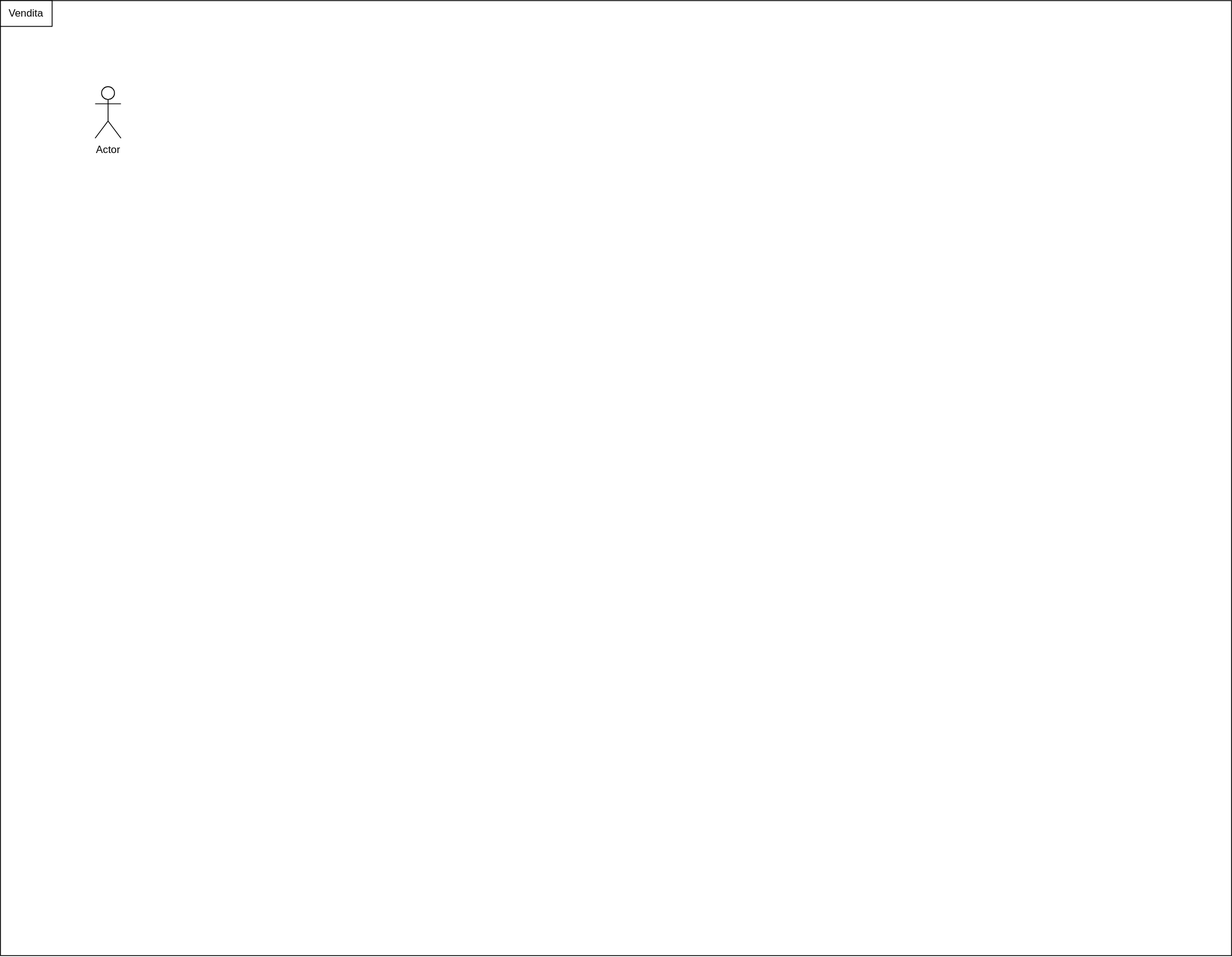
Before: diagrammi/sequenza/vendita.drawio.svg, a diagram exported from draw.io (MickTK/ProgettoFinaleISW). Source tidied: cells renumbered, new cells last; positions are measured from the earlier drawing's top-left corner, leaving out a move shared by most shapes.
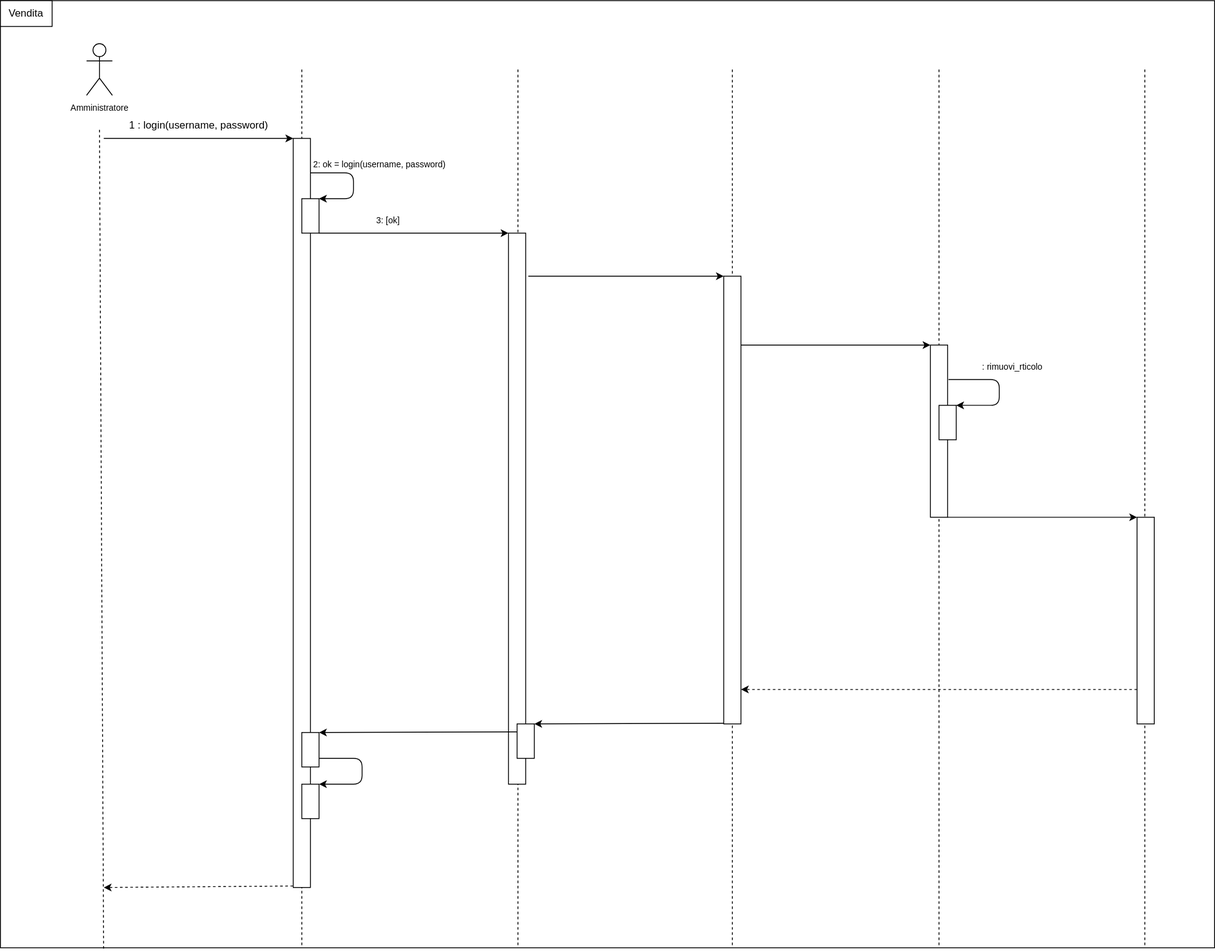
Later version of the same file.

Commit message:
diagramma vendita schema + modifiche

The edit, as a diff of the source:
```diff
@@ -2,14 +2,170 @@
   <root>
     <mxCell id="0" />
     <mxCell id="1" parent="0" />
+    <mxCell id="5" style="rounded=0;whiteSpace=wrap;html=1;" parent="1" vertex="1">
+      <mxGeometry width="1410" height="1100" as="geometry" />
+    </mxCell>
+    <mxCell id="6" style="edgeStyle=none;html=1;endArrow=none;endFill=0;dashed=1;" parent="1" edge="1">
+      <mxGeometry relative="1" as="geometry">
+        <mxPoint x="850" y="80" as="sourcePoint" />
+        <mxPoint x="850" y="1100" as="targetPoint" />
+      </mxGeometry>
+    </mxCell>
+    <mxCell id="7" style="edgeStyle=none;html=1;endArrow=none;endFill=0;dashed=1;" parent="1" edge="1">
+      <mxGeometry relative="1" as="geometry">
+        <mxPoint x="1329" y="80" as="sourcePoint" />
+        <mxPoint x="1329" y="1100" as="targetPoint" />
+      </mxGeometry>
+    </mxCell>
+    <mxCell id="8" style="edgeStyle=none;html=1;endArrow=none;endFill=0;dashed=1;" parent="1" edge="1">
+      <mxGeometry relative="1" as="geometry">
+        <mxPoint x="1090" y="80" as="sourcePoint" />
+        <mxPoint x="1090" y="1100" as="targetPoint" />
+      </mxGeometry>
+    </mxCell>
+    <mxCell id="9" style="edgeStyle=none;html=1;endArrow=none;endFill=0;dashed=1;" parent="1" edge="1">
+      <mxGeometry relative="1" as="geometry">
+        <mxPoint x="601" y="80" as="sourcePoint" />
+        <mxPoint x="601" y="1100" as="targetPoint" />
+      </mxGeometry>
+    </mxCell>
+    <mxCell id="10" style="edgeStyle=none;html=1;endArrow=none;endFill=0;dashed=1;" parent="1" edge="1">
+      <mxGeometry relative="1" as="geometry">
+        <mxPoint x="350" y="80" as="sourcePoint" />
+        <mxPoint x="350" y="1100" as="targetPoint" />
+      </mxGeometry>
+    </mxCell>
+    <mxCell id="3" style="edgeStyle=none;html=1;endArrow=none;endFill=0;dashed=1;entryX=0.085;entryY=1.001;entryDx=0;entryDy=0;entryPerimeter=0;" parent="1" edge="1" target="5">
+      <mxGeometry relative="1" as="geometry">
+        <mxPoint x="115" y="150" as="sourcePoint" />
+      </mxGeometry>
+    </mxCell>
+    <mxCell id="11" value="&lt;font style=&quot;font-size: 10px;&quot;&gt;Amministratore&lt;/font&gt;" style="shape=umlActor;verticalLabelPosition=bottom;verticalAlign=top;html=1;" parent="1" vertex="1">
+      <mxGeometry x="100" y="50" width="30" height="60" as="geometry" />
+    </mxCell>
-    <mxCell id="2" style="rounded=0;whiteSpace=wrap;html=1;" parent="1" vertex="1">
-      <mxGeometry width="1430" height="1110" as="geometry" />
+    <mxCell id="2" value="Vendita" style="rounded=0;whiteSpace=wrap;html=1;" parent="1" vertex="1">
+      <mxGeometry width="60" height="30" as="geometry" />
     </mxCell>
-    <mxCell id="3" value="Actor" style="shape=umlActor;verticalLabelPosition=bottom;verticalAlign=top;html=1;" parent="1" vertex="1">
-      <mxGeometry x="110" y="100" width="30" height="60" as="geometry" />
-    </mxCell>
-    <mxCell id="4" value="Vendita" style="rounded=0;whiteSpace=wrap;html=1;" parent="1" vertex="1">
-      <mxGeometry width="60" height="30" as="geometry" />
+    <mxCell id="4" style="edgeStyle=none;html=1;endArrow=classic;endFill=1;" parent="1" edge="1">
+      <mxGeometry relative="1" as="geometry">
+        <mxPoint x="120" y="160" as="sourcePoint" />
+        <mxPoint x="340" y="160" as="targetPoint" />
+      </mxGeometry>
     </mxCell>
+    <mxCell id="12" value="1 : login(username, password)" style="text;html=1;align=center;verticalAlign=middle;strokeColor=none;fillColor=none;" parent="1" vertex="1">
+      <mxGeometry x="140" y="130" width="180" height="30" as="geometry" />
+    </mxCell>
+    <mxCell id="13" style="rounded=0;whiteSpace=wrap;html=1;" parent="1" vertex="1">
+      <mxGeometry x="340" y="160" width="20" height="870" as="geometry" />
+    </mxCell>
+    <mxCell id="14" style="edgeStyle=none;html=1;endArrow=classic;endFill=1;" parent="1" edge="1">
+      <mxGeometry relative="1" as="geometry">
+        <mxPoint x="360" y="200" as="sourcePoint" />
+        <mxPoint x="370" y="230" as="targetPoint" />
+        <Array as="points">
+          <mxPoint x="410" y="200" />
+          <mxPoint x="410" y="230" />
+        </Array>
+      </mxGeometry>
+    </mxCell>
+    <mxCell id="15" value="&lt;font style=&quot;font-size: 10px;&quot;&gt;2: ok = login(username, password)&lt;/font&gt;" style="text;html=1;align=center;verticalAlign=middle;strokeColor=none;fillColor=none;" parent="1" vertex="1">
+      <mxGeometry x="350" y="175" width="180" height="30" as="geometry" />
+    </mxCell>
+    <mxCell id="16" style="rounded=0;whiteSpace=wrap;html=1;fontSize=10;" parent="1" vertex="1">
+      <mxGeometry x="350" y="230" width="20" height="40" as="geometry" />
+    </mxCell>
+    <mxCell id="17" style="edgeStyle=none;html=1;endArrow=classic;endFill=1;" parent="1" edge="1">
+      <mxGeometry relative="1" as="geometry">
+        <mxPoint x="370" y="270" as="sourcePoint" />
+        <mxPoint x="590" y="270" as="targetPoint" />
+      </mxGeometry>
+    </mxCell>
+    <mxCell id="18" value="3: [ok]" style="text;html=1;align=center;verticalAlign=middle;strokeColor=none;fillColor=none;fontSize=10;" parent="1" vertex="1">
+      <mxGeometry x="425" y="240" width="50" height="30" as="geometry" />
+    </mxCell>
+    <mxCell id="19" style="rounded=0;whiteSpace=wrap;html=1;" parent="1" vertex="1">
+      <mxGeometry x="590" y="270" width="20" height="640" as="geometry" />
+    </mxCell>
+    <mxCell id="20" style="edgeStyle=none;html=1;endArrow=classic;endFill=1;entryX=0;entryY=0;entryDx=0;entryDy=0;" parent="1" edge="1" target="21">
+      <mxGeometry relative="1" as="geometry">
+        <mxPoint x="613" y="320" as="sourcePoint" />
+      </mxGeometry>
+    </mxCell>
+    <mxCell id="21" style="rounded=0;whiteSpace=wrap;html=1;" parent="1" vertex="1">
+      <mxGeometry x="840" y="320" width="20" height="520" as="geometry" />
+    </mxCell>
+    <mxCell id="22" style="edgeStyle=none;html=1;endArrow=classic;endFill=1;entryX=0;entryY=0;entryDx=0;entryDy=0;" parent="1" edge="1" target="23">
+      <mxGeometry relative="1" as="geometry">
+        <mxPoint x="860" y="400" as="sourcePoint" />
+      </mxGeometry>
+    </mxCell>
+    <mxCell id="23" style="rounded=0;whiteSpace=wrap;html=1;" parent="1" vertex="1">
+      <mxGeometry x="1080" y="400" width="20" height="200" as="geometry" />
+    </mxCell>
+    <mxCell id="24" style="edgeStyle=none;html=1;endArrow=classic;endFill=1;" parent="1" edge="1">
+      <mxGeometry relative="1" as="geometry">
+        <mxPoint x="1101" y="440" as="sourcePoint" />
+        <mxPoint x="1110" y="470" as="targetPoint" />
+        <Array as="points">
+          <mxPoint x="1160" y="440" />
+          <mxPoint x="1160" y="470" />
+        </Array>
+      </mxGeometry>
+    </mxCell>
+    <mxCell id="25" style="rounded=0;whiteSpace=wrap;html=1;fontSize=10;" parent="1" vertex="1">
+      <mxGeometry x="1090" y="470" width="20" height="40" as="geometry" />
+    </mxCell>
+    <mxCell id="26" value=": rimuovi_rticolo" style="text;html=1;align=center;verticalAlign=middle;strokeColor=none;fillColor=none;fontSize=10;" parent="1" vertex="1">
+      <mxGeometry x="1130" y="410" width="90" height="30" as="geometry" />
+    </mxCell>
+    <mxCell id="27" style="edgeStyle=none;html=1;endArrow=classic;endFill=1;entryX=0;entryY=0;entryDx=0;entryDy=0;" parent="1" edge="1">
+      <mxGeometry relative="1" as="geometry">
+        <mxPoint x="1100" y="600" as="sourcePoint" />
+        <mxPoint x="1320" y="600" as="targetPoint" />
+      </mxGeometry>
+    </mxCell>
+    <mxCell id="28" style="rounded=0;whiteSpace=wrap;html=1;" parent="1" vertex="1">
+      <mxGeometry x="1320" y="600" width="20" height="240" as="geometry" />
+    </mxCell>
+    <mxCell id="29" style="edgeStyle=none;html=1;endArrow=classic;endFill=1;dashed=1;" parent="1" edge="1">
+      <mxGeometry relative="1" as="geometry">
+        <mxPoint x="1320" y="800" as="sourcePoint" />
+        <mxPoint x="860" y="800" as="targetPoint" />
+      </mxGeometry>
+    </mxCell>
+    <mxCell id="30" style="edgeStyle=none;html=1;endArrow=classic;endFill=1;entryX=1;entryY=0;entryDx=0;entryDy=0;" parent="1" edge="1" target="31">
+      <mxGeometry relative="1" as="geometry">
+        <mxPoint x="840" y="839.2" as="sourcePoint" />
+      </mxGeometry>
+    </mxCell>
+    <mxCell id="31" style="rounded=0;whiteSpace=wrap;html=1;fontSize=10;" parent="1" vertex="1">
+      <mxGeometry x="600" y="840" width="20" height="40" as="geometry" />
+    </mxCell>
+    <mxCell id="32" style="edgeStyle=none;html=1;endArrow=classic;endFill=1;entryX=1;entryY=0;entryDx=0;entryDy=0;" parent="1" edge="1" target="33">
+      <mxGeometry relative="1" as="geometry">
+        <mxPoint x="600" y="849.2" as="sourcePoint" />
+      </mxGeometry>
+    </mxCell>
+    <mxCell id="33" style="rounded=0;whiteSpace=wrap;html=1;fontSize=10;" parent="1" vertex="1">
+      <mxGeometry x="350" y="850" width="20" height="40" as="geometry" />
+    </mxCell>
+    <mxCell id="34" style="edgeStyle=none;html=1;endArrow=classic;endFill=1;" parent="1" edge="1">
+      <mxGeometry relative="1" as="geometry">
+        <mxPoint x="370" y="880" as="sourcePoint" />
+        <mxPoint x="370" y="910" as="targetPoint" />
+        <Array as="points">
+          <mxPoint x="420" y="880" />
+          <mxPoint x="420" y="910" />
+        </Array>
+      </mxGeometry>
+    </mxCell>
+    <mxCell id="35" style="rounded=0;whiteSpace=wrap;html=1;fontSize=10;" parent="1" vertex="1">
+      <mxGeometry x="350" y="910" width="20" height="40" as="geometry" />
+    </mxCell>
+    <mxCell id="36" style="edgeStyle=none;html=1;endArrow=classic;endFill=1;dashed=1;exitX=-0.007;exitY=0.998;exitDx=0;exitDy=0;exitPerimeter=0;" parent="1" edge="1" source="13">
+      <mxGeometry relative="1" as="geometry">
+        <mxPoint x="120" y="1030" as="targetPoint" />
+      </mxGeometry>
+    </mxCell>
   </root>
 </mxGraphModel>
```
